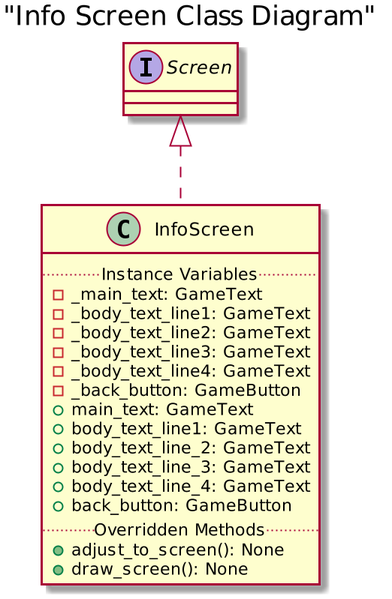
Before: Puzzle_Maze/uml/screens/info_screen.png, a diagram exported from PlantUML (kmerickson/OOP-PuzzleMaze).
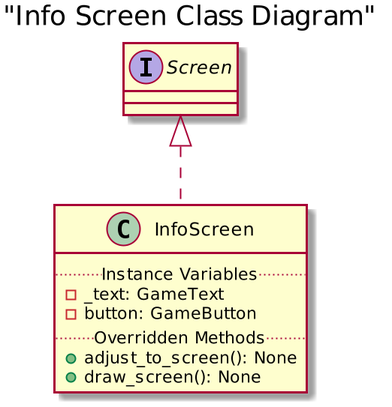
The same file after the commit.

The edit, as a diff of the source:
```diff
@@ -3,18 +3,8 @@
 title "Info Screen Class Diagram"
 class InfoScreen implements Screen{
     ..Instance Variables..
-    - _main_text: GameText
-    - _body_text_line1: GameText
-    - _body_text_line2: GameText
-    - _body_text_line3: GameText
-    - _body_text_line4: GameText
-    - _back_button: GameButton
-    + main_text: GameText
-    + body_text_line1: GameText
-    + body_text_line_2: GameText
-    + body_text_line_3: GameText
-    + body_text_line_4: GameText
-    + back_button: GameButton
+    - _text: GameText
+    - button: GameButton
     ..Overridden Methods..
     + adjust_to_screen(): None
     + draw_screen(): None
```
